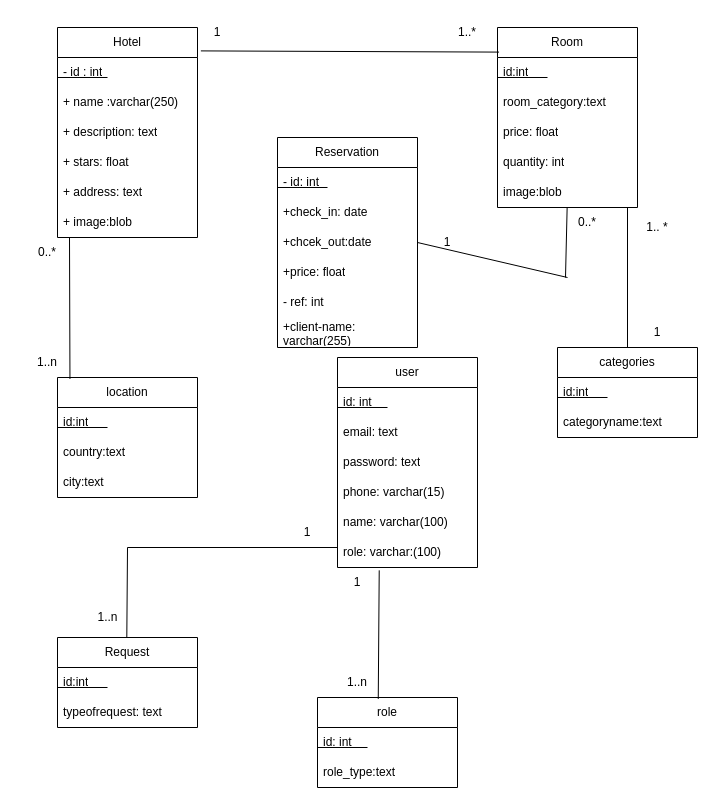
Above: diagrames/diagramclass.drawio in AmeksaKhadija/YouBooking (draw.io), before the change. Source tidied: cells renumbered, new cells numbered last; positions are measured from the earlier drawing's top-left corner, leaving out a move shared by most shapes. Both pictures are drawn from the tidied source at 100%, with x=0, y=0 at pixel (17, 17).
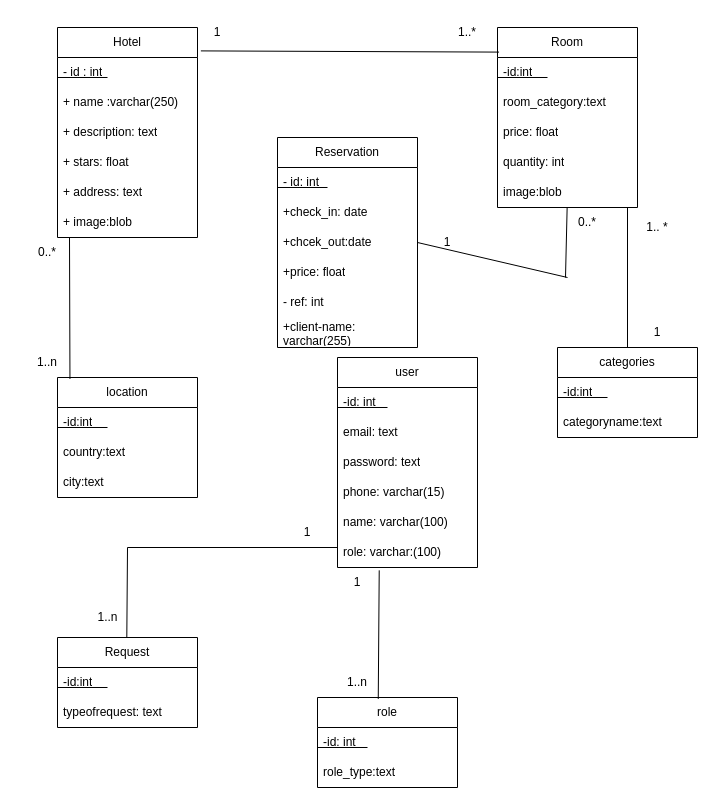
The same page after the edit.

The change refers to these unchanged cells:
```xml
<mxCell id="10" value="Room" style="swimlane;fontStyle=0;horizontal=1;startSize=30;whiteSpace=wrap;html=1;" parent="1" vertex="1">
  <mxGeometry x="480" y="10" width="140" height="180" as="geometry" />
</mxCell>
<mxCell id="25" value="location" style="swimlane;fontStyle=0;horizontal=1;startSize=30;whiteSpace=wrap;html=1;" parent="1" vertex="1">
  <mxGeometry x="40" y="360" width="140" height="120" as="geometry" />
</mxCell>
<mxCell id="30" value="user" style="swimlane;fontStyle=0;horizontal=1;startSize=30;whiteSpace=wrap;html=1;" parent="1" vertex="1">
  <mxGeometry x="320" y="340" width="140" height="210" as="geometry" />
</mxCell>
<mxCell id="38" value="role" style="swimlane;fontStyle=0;horizontal=1;startSize=30;whiteSpace=wrap;html=1;" parent="1" vertex="1">
  <mxGeometry x="300" y="680" width="140" height="90" as="geometry" />
</mxCell>
<mxCell id="42" value="Request" style="swimlane;fontStyle=0;horizontal=1;startSize=30;whiteSpace=wrap;html=1;" parent="1" vertex="1">
  <mxGeometry x="40" y="620" width="140" height="90" as="geometry" />
</mxCell>
<mxCell id="46" value="categories" style="swimlane;fontStyle=0;horizontal=1;startSize=30;whiteSpace=wrap;html=1;" parent="1" vertex="1">
  <mxGeometry x="540" y="330" width="140" height="90" as="geometry" />
</mxCell>
```

Diff of the diagram source:
```diff
@@
-    <mxCell id="11" value="id:int" style="text;strokeColor=none;fillColor=none;align=left;verticalAlign=middle;spacingLeft=4;spacingRight=4;overflow=hidden;points=[[0,0.5],[1,0.5]];portConstraint=eastwest;whiteSpace=wrap;html=1;" parent="10" vertex="1">
+    <mxCell id="11" value="-id:int" style="text;strokeColor=none;fillColor=none;align=left;verticalAlign=middle;spacingLeft=4;spacingRight=4;overflow=hidden;points=[[0,0.5],[1,0.5]];portConstraint=eastwest;whiteSpace=wrap;html=1;" parent="10" vertex="1">
       <mxGeometry y="30" width="140" height="30" as="geometry" />
     </mxCell>
@@
-    <mxCell id="26" value="id:int" style="text;strokeColor=none;fillColor=none;align=left;verticalAlign=middle;spacingLeft=4;spacingRight=4;overflow=hidden;whiteSpace=wrap;html=1;" parent="25" vertex="1">
+    <mxCell id="26" value="-id:int" style="text;strokeColor=none;fillColor=none;align=left;verticalAlign=middle;spacingLeft=4;spacingRight=4;overflow=hidden;whiteSpace=wrap;html=1;" parent="25" vertex="1">
       <mxGeometry y="30" width="140" height="30" as="geometry" />
     </mxCell>
@@
-    <mxCell id="31" value="id: int" style="text;strokeColor=none;fillColor=none;align=left;verticalAlign=middle;spacingLeft=4;spacingRight=4;overflow=hidden;whiteSpace=wrap;html=1;" parent="30" vertex="1">
+    <mxCell id="31" value="-id: int" style="text;strokeColor=none;fillColor=none;align=left;verticalAlign=middle;spacingLeft=4;spacingRight=4;overflow=hidden;whiteSpace=wrap;html=1;" parent="30" vertex="1">
       <mxGeometry y="30" width="140" height="30" as="geometry" />
     </mxCell>
@@
-    <mxCell id="39" value="id: int" style="text;strokeColor=none;fillColor=none;align=left;verticalAlign=middle;spacingLeft=4;spacingRight=4;overflow=hidden;whiteSpace=wrap;html=1;" parent="38" vertex="1">
+    <mxCell id="39" value="-id: int" style="text;strokeColor=none;fillColor=none;align=left;verticalAlign=middle;spacingLeft=4;spacingRight=4;overflow=hidden;whiteSpace=wrap;html=1;" parent="38" vertex="1">
       <mxGeometry y="30" width="140" height="30" as="geometry" />
     </mxCell>
@@
-    <mxCell id="43" value="id:int" style="text;strokeColor=none;fillColor=none;align=left;verticalAlign=middle;spacingLeft=4;spacingRight=4;overflow=hidden;whiteSpace=wrap;html=1;" parent="42" vertex="1">
+    <mxCell id="43" value="-id:int" style="text;strokeColor=none;fillColor=none;align=left;verticalAlign=middle;spacingLeft=4;spacingRight=4;overflow=hidden;whiteSpace=wrap;html=1;" parent="42" vertex="1">
       <mxGeometry y="30" width="140" height="30" as="geometry" />
     </mxCell>
@@
-    <mxCell id="47" value="id:int" style="text;strokeColor=none;fillColor=none;align=left;verticalAlign=middle;spacingLeft=4;spacingRight=4;overflow=hidden;whiteSpace=wrap;html=1;" parent="46" vertex="1">
+    <mxCell id="47" value="-id:int" style="text;strokeColor=none;fillColor=none;align=left;verticalAlign=middle;spacingLeft=4;spacingRight=4;overflow=hidden;whiteSpace=wrap;html=1;" parent="46" vertex="1">
       <mxGeometry y="30" width="140" height="30" as="geometry" />
     </mxCell>
```
